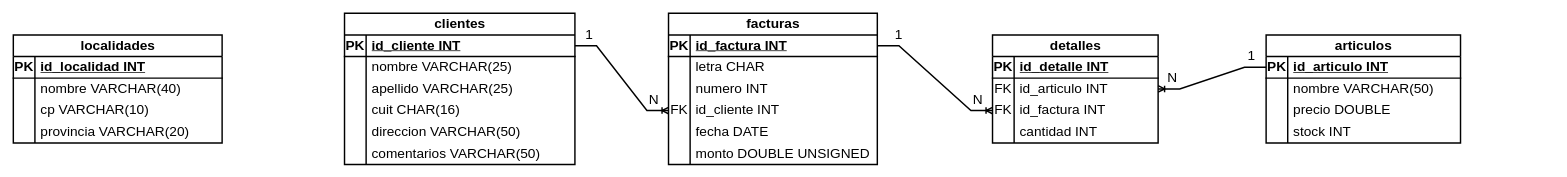
Before: diagram/model-er.drawio in khalil-ali-viera-developer-java/proyecto-integrador-sql-digitalers, a draw.io diagram. Source tidied: cells renumbered, new cells numbered last; positions are measured from the earlier drawing's top-left corner, leaving out a move shared by most shapes. Both pictures are drawn from the tidied source at 72%, with x=0, y=0 at pixel (13, 13).
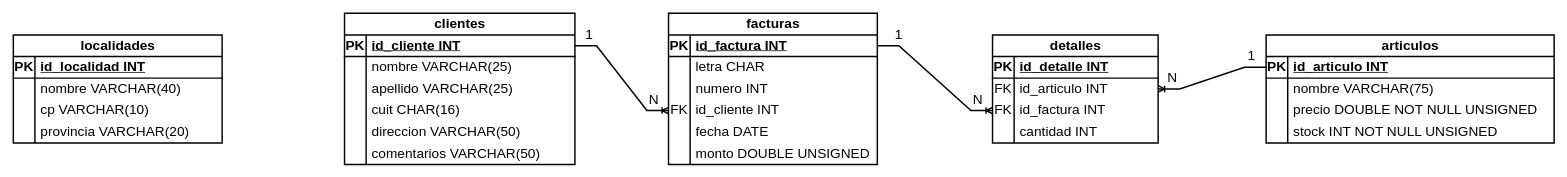
The same page after the edit.

Commit message:
Main 15° commit: Modifico el diagrama entidad relación en draw.io para modificar la tabla articulos agregando restricciones a los campos

What changed in the source:
```diff
@@
     <mxCell id="60" value="articulos" style="shape=table;startSize=30;childLayout=tableLayout;rowLines=0;fontStyle=1;align=center;html=1;fontFamily=JetBrains Mono;fontSize=19;strokeWidth=2;" parent="1" vertex="1">
-      <mxGeometry x="1740" y="30" width="270" height="150" as="geometry" />
+      <mxGeometry x="1740" y="30" width="400" height="150" as="geometry" />
     </mxCell>
     <mxCell id="61" style="shape=tableRow;horizontal=0;startSize=0;swimlaneHead=0;swimlaneBody=0;fillColor=none;points=[[0,0.5],[1,0.5]];portConstraint=eastwest;top=0;left=0;right=0;bottom=1;fontFamily=JetBrains Mono;fontSize=19;strokeWidth=2;" parent="60" vertex="1">
-      <mxGeometry y="30" width="270" height="30" as="geometry" />
+      <mxGeometry y="30" width="400" height="30" as="geometry" />
     </mxCell>
@@
     <mxCell id="63" value="id_articulo INT" style="shape=partialRectangle;fillColor=none;top=0;left=0;bottom=0;right=0;align=left;spacingLeft=6;fontStyle=5;overflow=hidden;whiteSpace=wrap;html=1;fontFamily=JetBrains Mono;fontSize=19;strokeWidth=2;" parent="61" vertex="1">
-      <mxGeometry x="30" width="240" height="30" as="geometry" />
+      <mxGeometry x="30" width="370" height="30" as="geometry" />
     </mxCell>
     <mxCell id="64" style="shape=tableRow;horizontal=0;startSize=0;swimlaneHead=0;swimlaneBody=0;fillColor=none;top=0;left=0;right=0;bottom=0;fontFamily=JetBrains Mono;fontSize=19;strokeWidth=2;" parent="60" vertex="1">
-      <mxGeometry y="60" width="270" height="30" as="geometry" />
+      <mxGeometry y="60" width="400" height="30" as="geometry" />
     </mxCell>
@@
-    <mxCell id="66" value="nombre VARCHAR(50)" style="shape=partialRectangle;fillColor=none;top=0;left=0;bottom=0;right=0;align=left;spacingLeft=6;overflow=hidden;whiteSpace=wrap;html=1;fontFamily=JetBrains Mono;fontSize=19;strokeWidth=2;" parent="64" vertex="1">
-      <mxGeometry x="30" width="240" height="30" as="geometry" />
+    <mxCell id="66" value="nombre VARCHAR(75)" style="shape=partialRectangle;fillColor=none;top=0;left=0;bottom=0;right=0;align=left;spacingLeft=6;overflow=hidden;whiteSpace=wrap;html=1;fontFamily=JetBrains Mono;fontSize=19;strokeWidth=2;" parent="64" vertex="1">
+      <mxGeometry x="30" width="370" height="30" as="geometry" />
     </mxCell>
     <mxCell id="67" style="shape=tableRow;horizontal=0;startSize=0;swimlaneHead=0;swimlaneBody=0;fillColor=none;top=0;left=0;right=0;bottom=0;fontFamily=JetBrains Mono;fontSize=19;strokeWidth=2;" parent="60" vertex="1">
-      <mxGeometry y="90" width="270" height="30" as="geometry" />
+      <mxGeometry y="90" width="400" height="30" as="geometry" />
     </mxCell>
@@
-    <mxCell id="69" value="precio DOUBLE" style="shape=partialRectangle;fillColor=none;top=0;left=0;bottom=0;right=0;align=left;spacingLeft=6;overflow=hidden;whiteSpace=wrap;html=1;fontFamily=JetBrains Mono;fontSize=19;strokeWidth=2;" parent="67" vertex="1">
-      <mxGeometry x="30" width="240" height="30" as="geometry" />
+    <mxCell id="69" value="precio DOUBLE NOT NULL UNSIGNED" style="shape=partialRectangle;fillColor=none;top=0;left=0;bottom=0;right=0;align=left;spacingLeft=6;overflow=hidden;whiteSpace=wrap;html=1;fontFamily=JetBrains Mono;fontSize=19;strokeWidth=2;" parent="67" vertex="1">
+      <mxGeometry x="30" width="370" height="30" as="geometry" />
     </mxCell>
     <mxCell id="70" style="shape=tableRow;horizontal=0;startSize=0;swimlaneHead=0;swimlaneBody=0;fillColor=none;top=0;left=0;right=0;bottom=0;fontFamily=JetBrains Mono;fontSize=19;strokeWidth=2;" parent="60" vertex="1">
-      <mxGeometry y="120" width="270" height="30" as="geometry" />
+      <mxGeometry y="120" width="400" height="30" as="geometry" />
     </mxCell>
@@
-    <mxCell id="72" value="stock INT" style="shape=partialRectangle;fillColor=none;top=0;left=0;bottom=0;right=0;align=left;spacingLeft=6;overflow=hidden;whiteSpace=wrap;html=1;fontFamily=JetBrains Mono;fontSize=19;strokeWidth=2;" parent="70" vertex="1">
-      <mxGeometry x="30" width="240" height="30" as="geometry" />
+    <mxCell id="72" value="stock INT NOT NULL UNSIGNED" style="shape=partialRectangle;fillColor=none;top=0;left=0;bottom=0;right=0;align=left;spacingLeft=6;overflow=hidden;whiteSpace=wrap;html=1;fontFamily=JetBrains Mono;fontSize=19;strokeWidth=2;" parent="70" vertex="1">
+      <mxGeometry x="30" width="370" height="30" as="geometry" />
     </mxCell>
```
